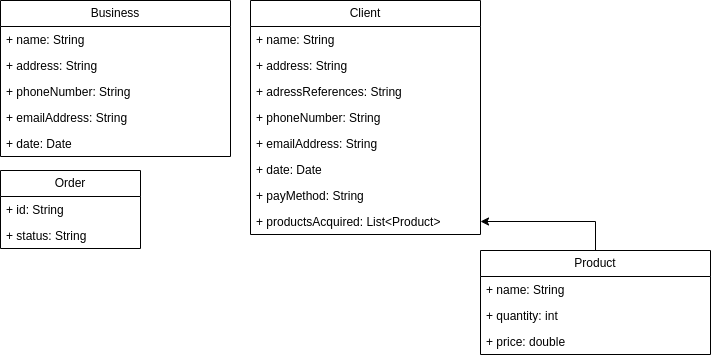
Before: ClassDiagram.drawio.png, a diagram exported from draw.io (ImLuisAlvarado/delidelivery). Source tidied: cells renumbered, new cells last; positions are measured from the earlier drawing's top-left corner, leaving out a move shared by most shapes.
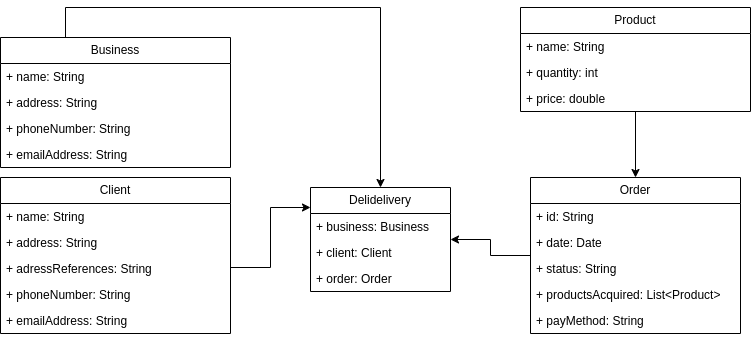
The same diagram one commit later.

Commit message:
Added new general class and moved stuff

Diff of the diagram source:
```diff
@@ -2,8 +2,16 @@
   <root>
     <mxCell id="0" />
     <mxCell id="1" parent="0" />
+    <mxCell id="25" style="edgeStyle=orthogonalEdgeStyle;rounded=0;jettySize=auto;html=1;" parent="1" edge="1" source="2" target="30">
+      <mxGeometry relative="1" as="geometry">
+        <Array as="points">
+          <mxPoint x="290" y="320" />
+          <mxPoint x="290" y="260" />
+        </Array>
+      </mxGeometry>
+    </mxCell>
     <mxCell id="2" value="Client" style="swimlane;fontStyle=0;horizontal=1;startSize=26;fillColor=none;whiteSpace=wrap;html=1;" parent="1" vertex="1">
-      <mxGeometry x="250" width="230" height="234" as="geometry" />
+      <mxGeometry x="20" y="230" width="230" height="156" as="geometry" />
     </mxCell>
     <mxCell id="3" value="+ name: String" style="text;strokeColor=none;fillColor=none;align=left;verticalAlign=top;spacingLeft=4;spacingRight=4;overflow=hidden;whiteSpace=wrap;html=1;" parent="2" vertex="1">
       <mxGeometry y="26" width="230" height="26" as="geometry" />
@@ -20,17 +28,15 @@
     <mxCell id="7" value="+ emailAddress: String" style="text;strokeColor=none;fillColor=none;align=left;verticalAlign=top;spacingLeft=4;spacingRight=4;overflow=hidden;whiteSpace=wrap;html=1;" parent="2" vertex="1">
       <mxGeometry y="130" width="230" height="26" as="geometry" />
     </mxCell>
-    <mxCell id="8" value="+ date: Date" style="text;strokeColor=none;fillColor=none;align=left;verticalAlign=top;spacingLeft=4;spacingRight=4;overflow=hidden;whiteSpace=wrap;html=1;" parent="2" vertex="1">
-      <mxGeometry y="156" width="230" height="26" as="geometry" />
-    </mxCell>
-    <mxCell id="9" value="+ payMethod: String" style="text;strokeColor=none;fillColor=none;align=left;verticalAlign=top;spacingLeft=4;spacingRight=4;overflow=hidden;whiteSpace=wrap;html=1;" parent="2" vertex="1">
-      <mxGeometry y="182" width="230" height="26" as="geometry" />
-    </mxCell>
-    <mxCell id="10" value="+ productsAcquired: List&amp;lt;Product&amp;gt;" style="text;strokeColor=none;fillColor=none;align=left;verticalAlign=top;spacingLeft=4;spacingRight=4;overflow=hidden;points=[[0,0.5],[1,0.5]];portConstraint=eastwest;whiteSpace=wrap;html=1;" parent="2" vertex="1">
-      <mxGeometry y="208" width="230" height="26" as="geometry" />
-    </mxCell>
+    <mxCell id="26" style="edgeStyle=orthogonalEdgeStyle;rounded=0;jettySize=auto;html=1;" parent="1" edge="1" source="11" target="30">
+      <mxGeometry relative="1" as="geometry">
+        <Array as="points">
+          <mxPoint x="85" y="60" />
+        </Array>
+      </mxGeometry>
+    </mxCell>
     <mxCell id="11" value="Business" style="swimlane;fontStyle=0;horizontal=1;startSize=26;fillColor=none;whiteSpace=wrap;html=1;" parent="1" vertex="1">
-      <mxGeometry width="230" height="156" as="geometry" />
+      <mxGeometry x="20" y="90" width="230" height="130" as="geometry" />
     </mxCell>
     <mxCell id="12" value="+ name: String" style="text;strokeColor=none;fillColor=none;align=left;verticalAlign=top;spacingLeft=4;spacingRight=4;overflow=hidden;whiteSpace=wrap;html=1;" parent="11" vertex="1">
       <mxGeometry y="26" width="230" height="26" as="geometry" />
@@ -44,11 +50,11 @@
     <mxCell id="15" value="+ emailAddress: String" style="text;strokeColor=none;fillColor=none;align=left;verticalAlign=top;spacingLeft=4;spacingRight=4;overflow=hidden;whiteSpace=wrap;html=1;" parent="11" vertex="1">
       <mxGeometry y="104" width="230" height="26" as="geometry" />
     </mxCell>
-    <mxCell id="16" value="+ date: Date" style="text;strokeColor=none;fillColor=none;align=left;verticalAlign=top;spacingLeft=4;spacingRight=4;overflow=hidden;whiteSpace=wrap;html=1;" parent="11" vertex="1">
-      <mxGeometry y="130" width="230" height="26" as="geometry" />
-    </mxCell>
+    <mxCell id="27" style="edgeStyle=orthogonalEdgeStyle;rounded=0;jettySize=auto;html=1;" parent="1" edge="1" source="17" target="22">
+      <mxGeometry relative="1" as="geometry" />
+    </mxCell>
     <mxCell id="17" value="Product" style="swimlane;fontStyle=0;horizontal=1;startSize=26;fillColor=none;whiteSpace=wrap;html=1;" parent="1" vertex="1">
-      <mxGeometry x="480" y="250" width="230" height="104" as="geometry" />
+      <mxGeometry x="540" y="60" width="230" height="104" as="geometry" />
     </mxCell>
     <mxCell id="18" value="+ name: String" style="text;strokeColor=none;fillColor=none;align=left;verticalAlign=top;spacingLeft=4;spacingRight=4;overflow=hidden;whiteSpace=wrap;html=1;" parent="17" vertex="1">
       <mxGeometry y="26" width="230" height="26" as="geometry" />
@@ -59,17 +65,38 @@
     <mxCell id="20" value="+ price: double" style="text;strokeColor=none;fillColor=none;align=left;verticalAlign=top;spacingLeft=4;spacingRight=4;overflow=hidden;whiteSpace=wrap;html=1;" parent="17" vertex="1">
       <mxGeometry y="78" width="230" height="26" as="geometry" />
     </mxCell>
-    <mxCell id="21" style="edgeStyle=orthogonalEdgeStyle;rounded=0;jettySize=auto;html=1;" parent="1" edge="1" source="17" target="10">
-      <mxGeometry relative="1" as="geometry" />
-    </mxCell>
+    <mxCell id="28" style="edgeStyle=orthogonalEdgeStyle;rounded=0;jettySize=auto;html=1;" parent="1" edge="1" source="22" target="30">
+      <mxGeometry relative="1" as="geometry" />
+    </mxCell>
     <mxCell id="22" value="Order" style="swimlane;fontStyle=0;horizontal=1;startSize=26;fillColor=none;whiteSpace=wrap;html=1;" parent="1" vertex="1">
-      <mxGeometry y="170" width="140" height="78" as="geometry" />
+      <mxGeometry x="550" y="230" width="210" height="156" as="geometry" />
     </mxCell>
     <mxCell id="23" value="+ id: String" style="text;strokeColor=none;fillColor=none;align=left;verticalAlign=top;spacingLeft=4;spacingRight=4;overflow=hidden;whiteSpace=wrap;html=1;" parent="22" vertex="1">
-      <mxGeometry y="26" width="140" height="26" as="geometry" />
+      <mxGeometry y="26" width="210" height="26" as="geometry" />
     </mxCell>
+    <mxCell id="29" value="+ date: Date" style="text;strokeColor=none;fillColor=none;align=left;verticalAlign=top;spacingLeft=4;spacingRight=4;overflow=hidden;whiteSpace=wrap;html=1;" parent="22" vertex="1">
+      <mxGeometry y="52" width="210" height="26" as="geometry" />
+    </mxCell>
     <mxCell id="24" value="+ status: String" style="text;strokeColor=none;fillColor=none;align=left;verticalAlign=top;spacingLeft=4;spacingRight=4;overflow=hidden;whiteSpace=wrap;html=1;" parent="22" vertex="1">
-      <mxGeometry y="52" width="140" height="26" as="geometry" />
+      <mxGeometry y="78" width="210" height="26" as="geometry" />
     </mxCell>
+    <mxCell id="10" value="+ productsAcquired: List&amp;lt;Product&amp;gt;" style="text;strokeColor=none;fillColor=none;align=left;verticalAlign=top;spacingLeft=4;spacingRight=4;overflow=hidden;points=[[0,0.5],[1,0.5]];portConstraint=eastwest;whiteSpace=wrap;html=1;" parent="22" vertex="1">
+      <mxGeometry y="104" width="210" height="26" as="geometry" />
+    </mxCell>
+    <mxCell id="9" value="+ payMethod: String" style="text;strokeColor=none;fillColor=none;align=left;verticalAlign=top;spacingLeft=4;spacingRight=4;overflow=hidden;whiteSpace=wrap;html=1;" parent="22" vertex="1">
+      <mxGeometry y="130" width="210" height="26" as="geometry" />
+    </mxCell>
+    <mxCell id="30" value="Delidelivery" style="swimlane;fontStyle=0;horizontal=1;startSize=26;fillColor=none;whiteSpace=wrap;html=1;" parent="1" vertex="1">
+      <mxGeometry x="330" y="240" width="140" height="104" as="geometry" />
+    </mxCell>
+    <mxCell id="31" value="+ business: Business" style="text;strokeColor=none;fillColor=none;align=left;verticalAlign=top;spacingLeft=4;spacingRight=4;overflow=hidden;whiteSpace=wrap;html=1;" parent="30" vertex="1">
+      <mxGeometry y="26" width="140" height="26" as="geometry" />
+    </mxCell>
+    <mxCell id="32" value="+ client: Client" style="text;strokeColor=none;fillColor=none;align=left;verticalAlign=top;spacingLeft=4;spacingRight=4;overflow=hidden;whiteSpace=wrap;html=1;" parent="30" vertex="1">
+      <mxGeometry y="52" width="140" height="26" as="geometry" />
+    </mxCell>
+    <mxCell id="33" value="+ order: Order" style="text;strokeColor=none;fillColor=none;align=left;verticalAlign=top;spacingLeft=4;spacingRight=4;overflow=hidden;whiteSpace=wrap;html=1;" parent="30" vertex="1">
+      <mxGeometry y="78" width="140" height="26" as="geometry" />
+    </mxCell>
   </root>
 </mxGraphModel>
```
